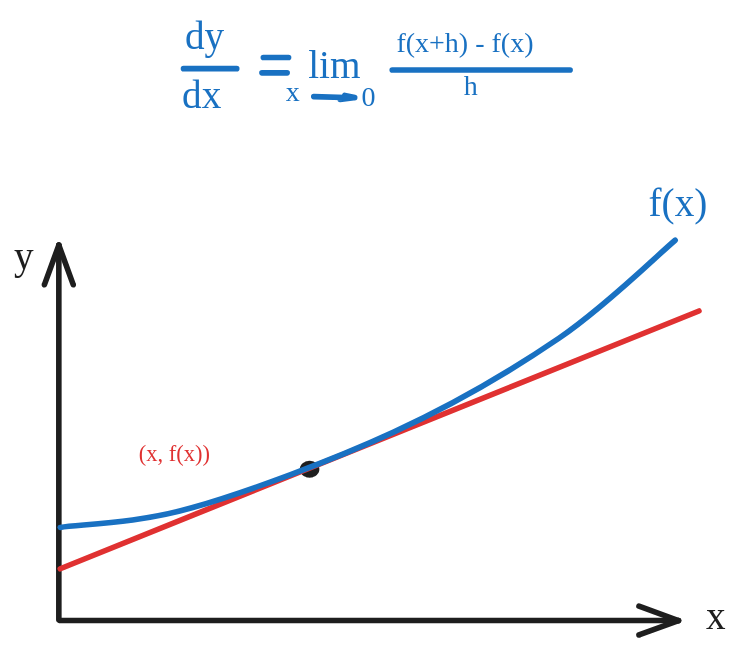
Earlier version of the Excalidraw export entries/odometry/understand/derivative.excalidraw.svg (Area-53-Robotics/53D-High-Stakes-Notebook). Source tidied: one line per element, renumbered; positions are measured from the earlier drawing's top-left corner, leaving out a move shared by most shapes. Source of this version:
```json
{"id": 0, "type": "arrow", "strokeColor": "#1e1e1e", "strokeWidth": 4, "roughness": 0, "endArrowhead": "arrow", "x": 32, "y": 432, "width": 0, "height": 268, "points": [[0, 0], [0, -268]]}
{"id": 1, "type": "arrow", "strokeColor": "#1e1e1e", "strokeWidth": 4, "roughness": 0, "endArrowhead": "arrow", "x": 33, "y": 433, "width": 441, "height": 0, "points": [[0, 0], [441, 0]]}
{"id": 2, "type": "text", "text": "y", "strokeColor": "#1e1e1e", "backgroundColor": "#ffc9c9", "fillStyle": "solid", "strokeWidth": 2, "roughness": 0, "fontSize": 28, "fontFamily": 5, "x": 0, "y": 157, "width": 14, "height": 35}
{"id": 3, "type": "text", "text": "x", "strokeColor": "#1e1e1e", "backgroundColor": "#ffc9c9", "fillStyle": "solid", "strokeWidth": 2, "roughness": 0, "fontSize": 28, "fontFamily": 5, "x": 494, "y": 414, "width": 13, "height": 35}
{"id": 4, "type": "ellipse", "strokeColor": "#1e1e1e", "backgroundColor": "#1e1e1e", "fillStyle": "solid", "strokeWidth": 2, "roughness": 0, "x": 205, "y": 320, "width": 12, "height": 10}
{"id": 5, "type": "line", "strokeColor": "#e03131", "backgroundColor": "#1e1e1e", "fillStyle": "solid", "strokeWidth": 4, "roughness": 0, "x": 33, "y": 396, "width": 456, "height": 184, "points": [[0, 0], [456, -184]]}
{"id": 6, "type": "text", "text": "(x, f(x))", "strokeColor": "#e03131", "backgroundColor": "#1e1e1e", "fillStyle": "solid", "strokeWidth": 4, "roughness": 0, "fontSize": 16.07, "fontFamily": 5, "x": 89, "y": 305, "width": 47, "height": 20}
{"id": 7, "type": "text", "text": "f(x)", "strokeColor": "#1971c2", "backgroundColor": "#1e1e1e", "fillStyle": "solid", "strokeWidth": 4, "roughness": 0, "fontSize": 28, "fontFamily": 5, "x": 453, "y": 119, "width": 39, "height": 35}
{"id": 8, "type": "text", "text": "dy", "strokeColor": "#1971c2", "backgroundColor": "#1e1e1e", "fillStyle": "solid", "strokeWidth": 4, "roughness": 0, "fontSize": 28, "fontFamily": 5, "x": 122, "y": 0, "width": 30, "height": 35}
{"id": 9, "type": "line", "strokeColor": "#1971c2", "backgroundColor": "#1e1e1e", "fillStyle": "solid", "strokeWidth": 4, "roughness": 0, "x": 121, "y": 39, "width": 38, "height": 0, "points": [[0, 0], [38, 0]]}
{"id": 10, "type": "text", "text": "dx", "strokeColor": "#1971c2", "backgroundColor": "#1e1e1e", "fillStyle": "solid", "strokeWidth": 4, "roughness": 0, "fontSize": 28, "fontFamily": 5, "x": 120, "y": 42, "width": 29, "height": 35}
{"id": 11, "type": "line", "strokeColor": "#1971c2", "backgroundColor": "#1e1e1e", "fillStyle": "solid", "strokeWidth": 4, "roughness": 0, "x": 178, "y": 31, "width": 18, "height": 0, "points": [[0, 0], [18, 0]]}
{"id": 12, "type": "line", "strokeColor": "#1971c2", "backgroundColor": "#1e1e1e", "fillStyle": "solid", "strokeWidth": 4, "roughness": 0, "x": 177, "y": 42, "width": 18, "height": 0, "points": [[0, 0], [18, 0]]}
{"id": 13, "type": "text", "text": "lim", "strokeColor": "#1971c2", "backgroundColor": "#1e1e1e", "fillStyle": "solid", "strokeWidth": 4, "roughness": 0, "fontSize": 28, "fontFamily": 5, "x": 210, "y": 21, "width": 38, "height": 35}
{"id": 14, "type": "text", "text": "x ", "strokeColor": "#1971c2", "backgroundColor": "#1e1e1e", "fillStyle": "solid", "strokeWidth": 4, "roughness": 0, "fontSize": 20, "fontFamily": 5, "x": 194, "y": 44, "width": 15, "height": 25}
{"id": 15, "type": "line", "strokeColor": "#1971c2", "backgroundColor": "#1e1e1e", "fillStyle": "solid", "strokeWidth": 4, "roughness": 0, "x": 214, "y": 59, "width": 29, "height": 3, "points": [[0, 0], [28, 1], [19, 2], [29, 1], [22, -1]]}
{"id": 16, "type": "text", "text": "0", "strokeColor": "#1971c2", "backgroundColor": "#1e1e1e", "fillStyle": "solid", "strokeWidth": 4, "roughness": 0, "fontSize": 20, "fontFamily": 5, "x": 248, "y": 48, "width": 11, "height": 25}
{"id": 17, "type": "text", "text": "f(x+h) - f(x)", "strokeColor": "#1971c2", "backgroundColor": "#1e1e1e", "fillStyle": "solid", "strokeWidth": 4, "roughness": 0, "fontSize": 20, "fontFamily": 5, "x": 273, "y": 9, "width": 99, "height": 25}
{"id": 18, "type": "line", "strokeColor": "#1971c2", "backgroundColor": "#1e1e1e", "fillStyle": "solid", "strokeWidth": 4, "roughness": 0, "x": 270, "y": 40, "width": 127, "height": 0, "points": [[0, 0], [127, 0]]}
{"id": 19, "type": "text", "text": "h", "strokeColor": "#1971c2", "backgroundColor": "#1e1e1e", "fillStyle": "solid", "strokeWidth": 4, "roughness": 0, "fontSize": 20, "fontFamily": 5, "x": 321, "y": 40, "width": 11, "height": 25}
{"id": 20, "type": "line", "strokeColor": "#1971c2", "strokeWidth": 4, "roughness": 0, "round": true, "x": 33, "y": 366, "width": 439, "height": 205, "points": [[0, 0], [94, -14], [238, -68], [356, -135], [439, -205]]}
```
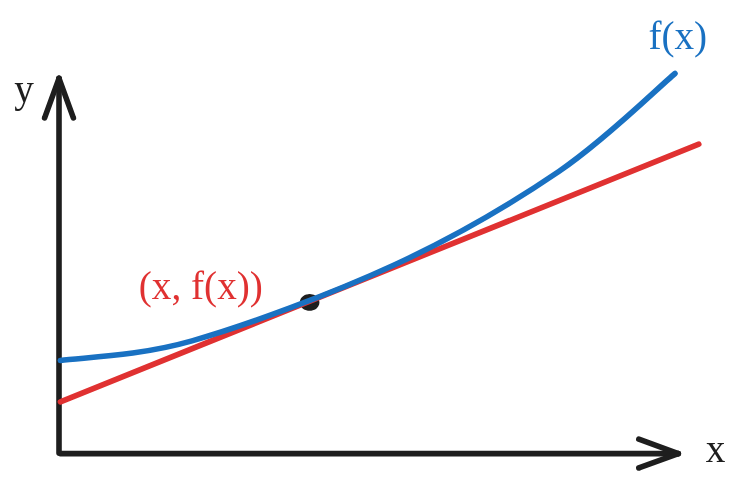
Later version of the same file.

Diff of the diagram source:
```diff
@@ -4,18 +4,6 @@
 {"id": 3, "type": "text", "text": "x", "strokeColor": "#1e1e1e", "backgroundColor": "#ffc9c9", "fillStyle": "solid", "strokeWidth": 2, "roughness": 0, "fontSize": 28, "fontFamily": 5, "x": 494, "y": 414, "width": 13, "height": 35}
 {"id": 4, "type": "ellipse", "strokeColor": "#1e1e1e", "backgroundColor": "#1e1e1e", "fillStyle": "solid", "strokeWidth": 2, "roughness": 0, "x": 205, "y": 320, "width": 12, "height": 10}
 {"id": 5, "type": "line", "strokeColor": "#e03131", "backgroundColor": "#1e1e1e", "fillStyle": "solid", "strokeWidth": 4, "roughness": 0, "x": 33, "y": 396, "width": 456, "height": 184, "points": [[0, 0], [456, -184]]}
-{"id": 6, "type": "text", "text": "(x, f(x))", "strokeColor": "#e03131", "backgroundColor": "#1e1e1e", "fillStyle": "solid", "strokeWidth": 4, "roughness": 0, "fontSize": 16.07, "fontFamily": 5, "x": 89, "y": 305, "width": 47, "height": 20}
+{"id": 6, "type": "text", "text": "(x, f(x))", "strokeColor": "#e03131", "backgroundColor": "#1e1e1e", "fillStyle": "solid", "strokeWidth": 4, "roughness": 0, "fontSize": 28, "fontFamily": 5, "x": 89, "y": 297, "width": 82, "height": 35}
 {"id": 7, "type": "text", "text": "f(x)", "strokeColor": "#1971c2", "backgroundColor": "#1e1e1e", "fillStyle": "solid", "strokeWidth": 4, "roughness": 0, "fontSize": 28, "fontFamily": 5, "x": 453, "y": 119, "width": 39, "height": 35}
-{"id": 8, "type": "text", "text": "dy", "strokeColor": "#1971c2", "backgroundColor": "#1e1e1e", "fillStyle": "solid", "strokeWidth": 4, "roughness": 0, "fontSize": 28, "fontFamily": 5, "x": 122, "y": 0, "width": 30, "height": 35}
-{"id": 9, "type": "line", "strokeColor": "#1971c2", "backgroundColor": "#1e1e1e", "fillStyle": "solid", "strokeWidth": 4, "roughness": 0, "x": 121, "y": 39, "width": 38, "height": 0, "points": [[0, 0], [38, 0]]}
-{"id": 10, "type": "text", "text": "dx", "strokeColor": "#1971c2", "backgroundColor": "#1e1e1e", "fillStyle": "solid", "strokeWidth": 4, "roughness": 0, "fontSize": 28, "fontFamily": 5, "x": 120, "y": 42, "width": 29, "height": 35}
-{"id": 11, "type": "line", "strokeColor": "#1971c2", "backgroundColor": "#1e1e1e", "fillStyle": "solid", "strokeWidth": 4, "roughness": 0, "x": 178, "y": 31, "width": 18, "height": 0, "points": [[0, 0], [18, 0]]}
-{"id": 12, "type": "line", "strokeColor": "#1971c2", "backgroundColor": "#1e1e1e", "fillStyle": "solid", "strokeWidth": 4, "roughness": 0, "x": 177, "y": 42, "width": 18, "height": 0, "points": [[0, 0], [18, 0]]}
-{"id": 13, "type": "text", "text": "lim", "strokeColor": "#1971c2", "backgroundColor": "#1e1e1e", "fillStyle": "solid", "strokeWidth": 4, "roughness": 0, "fontSize": 28, "fontFamily": 5, "x": 210, "y": 21, "width": 38, "height": 35}
-{"id": 14, "type": "text", "text": "x ", "strokeColor": "#1971c2", "backgroundColor": "#1e1e1e", "fillStyle": "solid", "strokeWidth": 4, "roughness": 0, "fontSize": 20, "fontFamily": 5, "x": 194, "y": 44, "width": 15, "height": 25}
-{"id": 15, "type": "line", "strokeColor": "#1971c2", "backgroundColor": "#1e1e1e", "fillStyle": "solid", "strokeWidth": 4, "roughness": 0, "x": 214, "y": 59, "width": 29, "height": 3, "points": [[0, 0], [28, 1], [19, 2], [29, 1], [22, -1]]}
-{"id": 16, "type": "text", "text": "0", "strokeColor": "#1971c2", "backgroundColor": "#1e1e1e", "fillStyle": "solid", "strokeWidth": 4, "roughness": 0, "fontSize": 20, "fontFamily": 5, "x": 248, "y": 48, "width": 11, "height": 25}
-{"id": 17, "type": "text", "text": "f(x+h) - f(x)", "strokeColor": "#1971c2", "backgroundColor": "#1e1e1e", "fillStyle": "solid", "strokeWidth": 4, "roughness": 0, "fontSize": 20, "fontFamily": 5, "x": 273, "y": 9, "width": 99, "height": 25}
-{"id": 18, "type": "line", "strokeColor": "#1971c2", "backgroundColor": "#1e1e1e", "fillStyle": "solid", "strokeWidth": 4, "roughness": 0, "x": 270, "y": 40, "width": 127, "height": 0, "points": [[0, 0], [127, 0]]}
-{"id": 19, "type": "text", "text": "h", "strokeColor": "#1971c2", "backgroundColor": "#1e1e1e", "fillStyle": "solid", "strokeWidth": 4, "roughness": 0, "fontSize": 20, "fontFamily": 5, "x": 321, "y": 40, "width": 11, "height": 25}
 {"id": 20, "type": "line", "strokeColor": "#1971c2", "strokeWidth": 4, "roughness": 0, "round": true, "x": 33, "y": 366, "width": 439, "height": 205, "points": [[0, 0], [94, -14], [238, -68], [356, -135], [439, -205]]}
```
